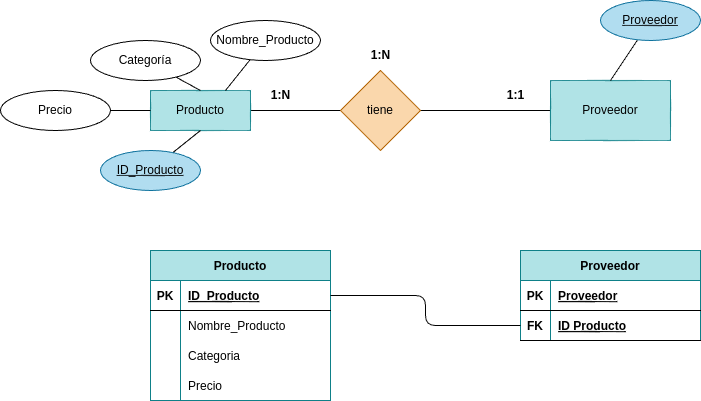
This is tareas/tarea-6-Normalizacion/images/ejercicio1.drawio.png from betancorge/base-datos-2, a draw.io export, as it was before one commit. Source tidied: cells renumbered, new cells last; positions are measured from the earlier drawing's top-left corner, leaving out a move shared by most shapes. Source of this version:
```xml
<mxGraphModel background="#ffffff">
  <root>
    <mxCell id="0" />
    <mxCell id="1" parent="0" />
    <mxCell id="2" style="edgeStyle=none;html=1;strokeColor=#000000;endArrow=none;endFill=0;" parent="1" edge="1" source="3" target="5">
      <mxGeometry relative="1" as="geometry" />
    </mxCell>
    <mxCell id="3" value="&lt;font color=&quot;#000000&quot;&gt;Producto&lt;/font&gt;" style="whiteSpace=wrap;html=1;align=center;fillColor=#b0e3e6;strokeColor=#0e8088;" parent="1" vertex="1">
      <mxGeometry x="150" y="90" width="100" height="40" as="geometry" />
    </mxCell>
    <mxCell id="4" style="edgeStyle=none;html=1;strokeColor=#000000;endArrow=none;endFill=0;" parent="1" edge="1" source="5" target="6">
      <mxGeometry relative="1" as="geometry" />
    </mxCell>
    <mxCell id="5" value="&lt;font color=&quot;#000000&quot;&gt;tiene&lt;/font&gt;" style="rhombus;whiteSpace=wrap;html=1;fillColor=#fad7ac;strokeColor=#b46504;" parent="1" vertex="1">
      <mxGeometry x="340" y="70" width="80" height="80" as="geometry" />
    </mxCell>
    <mxCell id="6" value="&lt;font color=&quot;#000000&quot;&gt;Proveedor&lt;/font&gt;" style="whiteSpace=wrap;html=1;fillColor=#b0e3e6;strokeColor=#0e8088;" parent="1" vertex="1">
      <mxGeometry x="550" y="80" width="120" height="60" as="geometry" />
    </mxCell>
    <mxCell id="7" value="&lt;b&gt;1:1&lt;/b&gt;" style="text;html=1;align=center;verticalAlign=middle;strokeColor=none;fillColor=none;fontColor=#000000;" parent="1" vertex="1">
      <mxGeometry x="495" y="80" width="40" height="30" as="geometry" />
    </mxCell>
    <mxCell id="8" value="&lt;b&gt;1:N&lt;/b&gt;" style="text;html=1;align=center;verticalAlign=middle;strokeColor=none;fillColor=none;fontColor=#000000;" parent="1" vertex="1">
      <mxGeometry x="260" y="80" width="40" height="30" as="geometry" />
    </mxCell>
    <mxCell id="9" value="&lt;b&gt;1:N&lt;/b&gt;" style="text;html=1;align=center;verticalAlign=middle;strokeColor=none;fillColor=none;fontColor=#000000;" parent="1" vertex="1">
      <mxGeometry x="360" y="40" width="40" height="30" as="geometry" />
    </mxCell>
    <mxCell id="10" value="Producto" style="shape=table;startSize=30;rowLines=0;fontStyle=1;align=center;labelBackgroundColor=none;strokeColor=#0e8088;fillColor=#b0e3e6;fontColor=#000000;" parent="1" vertex="1">
      <mxGeometry x="150" y="250" width="180" height="150" as="geometry" />
    </mxCell>
    <mxCell id="11" style="shape=tableRow;horizontal=0;startSize=0;swimlaneHead=0;swimlaneBody=0;fillColor=none;points=[[0,0.5],[1,0.5]];portConstraint=eastwest;top=0;left=0;right=0;bottom=1;labelBackgroundColor=none;fontColor=#000000;" parent="10" vertex="1">
      <mxGeometry y="30" width="180" height="30" as="geometry" />
    </mxCell>
    <mxCell id="12" value="PK" style="shape=partialRectangle;fillColor=none;top=0;left=0;bottom=0;right=0;fontStyle=1;overflow=hidden;labelBackgroundColor=none;fontColor=#000000;" parent="11" vertex="1">
      <mxGeometry width="30" height="30" as="geometry" />
    </mxCell>
    <mxCell id="13" value="ID_Producto" style="shape=partialRectangle;fillColor=none;top=0;left=0;bottom=0;right=0;align=left;spacingLeft=6;fontStyle=5;overflow=hidden;labelBackgroundColor=none;fontColor=#000000;" parent="11" vertex="1">
      <mxGeometry x="30" width="150" height="30" as="geometry" />
    </mxCell>
    <mxCell id="14" style="shape=tableRow;horizontal=0;startSize=0;swimlaneHead=0;swimlaneBody=0;fillColor=none;top=0;left=0;right=0;bottom=0;labelBackgroundColor=none;fontColor=#000000;" parent="10" vertex="1">
      <mxGeometry y="60" width="180" height="30" as="geometry" />
    </mxCell>
    <mxCell id="15" style="shape=partialRectangle;fillColor=none;top=0;left=0;bottom=0;right=0;overflow=hidden;labelBackgroundColor=none;fontColor=#000000;" parent="14" vertex="1">
      <mxGeometry width="30" height="30" as="geometry" />
    </mxCell>
    <mxCell id="16" value="Nombre_Producto" style="shape=partialRectangle;fillColor=none;top=0;left=0;bottom=0;right=0;align=left;spacingLeft=6;overflow=hidden;labelBackgroundColor=none;fontColor=#000000;" parent="14" vertex="1">
      <mxGeometry x="30" width="150" height="30" as="geometry" />
    </mxCell>
    <mxCell id="17" style="shape=tableRow;horizontal=0;startSize=0;swimlaneHead=0;swimlaneBody=0;fillColor=none;top=0;left=0;right=0;bottom=0;labelBackgroundColor=none;fontColor=#000000;" parent="10" vertex="1">
      <mxGeometry y="90" width="180" height="30" as="geometry" />
    </mxCell>
    <mxCell id="18" style="shape=partialRectangle;fillColor=none;top=0;left=0;bottom=0;right=0;overflow=hidden;labelBackgroundColor=none;fontColor=#000000;" parent="17" vertex="1">
      <mxGeometry width="30" height="30" as="geometry" />
    </mxCell>
    <mxCell id="19" value="Categoria" style="shape=partialRectangle;fillColor=none;top=0;left=0;bottom=0;right=0;align=left;spacingLeft=6;overflow=hidden;labelBackgroundColor=none;fontColor=#000000;" parent="17" vertex="1">
      <mxGeometry x="30" width="150" height="30" as="geometry" />
    </mxCell>
    <mxCell id="20" style="shape=tableRow;horizontal=0;startSize=0;swimlaneHead=0;swimlaneBody=0;fillColor=none;top=0;left=0;right=0;bottom=0;labelBackgroundColor=none;fontColor=#000000;" parent="10" vertex="1">
      <mxGeometry y="120" width="180" height="30" as="geometry" />
    </mxCell>
    <mxCell id="21" style="shape=partialRectangle;fillColor=none;top=0;left=0;bottom=0;right=0;overflow=hidden;labelBackgroundColor=none;fontColor=#000000;" parent="20" vertex="1">
      <mxGeometry width="30" height="30" as="geometry" />
    </mxCell>
    <mxCell id="22" value="Precio" style="shape=partialRectangle;fillColor=none;top=0;left=0;bottom=0;right=0;align=left;spacingLeft=6;overflow=hidden;labelBackgroundColor=none;fontColor=#000000;" parent="20" vertex="1">
      <mxGeometry x="30" width="150" height="30" as="geometry" />
    </mxCell>
    <mxCell id="23" value="Proveedor" style="shape=table;startSize=30;rowLines=0;fontStyle=1;align=center;labelBackgroundColor=none;strokeColor=#0e8088;fillColor=#b0e3e6;fontColor=#000000;" parent="1" vertex="1">
      <mxGeometry x="520" y="250" width="180" height="90" as="geometry" />
    </mxCell>
    <mxCell id="24" style="shape=tableRow;horizontal=0;startSize=0;swimlaneHead=0;swimlaneBody=0;fillColor=none;points=[[0,0.5],[1,0.5]];portConstraint=eastwest;top=0;left=0;right=0;bottom=1;labelBackgroundColor=none;fontColor=#000000;" parent="23" vertex="1">
      <mxGeometry y="30" width="180" height="30" as="geometry" />
    </mxCell>
    <mxCell id="25" value="PK" style="shape=partialRectangle;fillColor=none;top=0;left=0;bottom=0;right=0;fontStyle=1;overflow=hidden;labelBackgroundColor=none;fontColor=#000000;" parent="24" vertex="1">
      <mxGeometry width="30" height="30" as="geometry" />
    </mxCell>
    <mxCell id="26" value="Proveedor" style="shape=partialRectangle;fillColor=none;top=0;left=0;bottom=0;right=0;align=left;spacingLeft=6;fontStyle=5;overflow=hidden;labelBackgroundColor=none;fontColor=#000000;" parent="24" vertex="1">
      <mxGeometry x="30" width="150" height="30" as="geometry" />
    </mxCell>
    <mxCell id="27" style="shape=tableRow;horizontal=0;startSize=0;swimlaneHead=0;swimlaneBody=0;fillColor=none;points=[[0,0.5],[1,0.5]];portConstraint=eastwest;top=0;left=0;right=0;bottom=1;labelBackgroundColor=none;fontColor=#000000;" parent="23" vertex="1">
      <mxGeometry y="60" width="180" height="30" as="geometry" />
    </mxCell>
    <mxCell id="28" value="FK" style="shape=partialRectangle;fillColor=none;top=0;left=0;bottom=0;right=0;fontStyle=1;overflow=hidden;labelBackgroundColor=none;fontColor=#000000;" parent="27" vertex="1">
      <mxGeometry width="30" height="30" as="geometry" />
    </mxCell>
    <mxCell id="29" value="ID Producto" style="shape=partialRectangle;fillColor=none;top=0;left=0;bottom=0;right=0;align=left;spacingLeft=6;fontStyle=5;overflow=hidden;labelBackgroundColor=none;fontColor=#000000;" parent="27" vertex="1">
      <mxGeometry x="30" width="150" height="30" as="geometry" />
    </mxCell>
    <mxCell id="30" style="edgeStyle=orthogonalEdgeStyle;html=1;exitX=1;exitY=0.5;exitDx=0;exitDy=0;entryX=0;entryY=0.5;entryDx=0;entryDy=0;strokeColor=#000000;fontColor=#000000;endArrow=none;endFill=0;" parent="1" edge="1" source="11" target="27">
      <mxGeometry relative="1" as="geometry" />
    </mxCell>
    <mxCell id="31" style="edgeStyle=none;html=1;entryX=0.75;entryY=0;entryDx=0;entryDy=0;fontColor=#000000;strokeColor=#000000;endArrow=none;endFill=0;" parent="1" edge="1" source="32" target="3">
      <mxGeometry relative="1" as="geometry" />
    </mxCell>
    <mxCell id="32" value="&lt;font color=&quot;#000000&quot;&gt;Nombre_Producto&lt;/font&gt;" style="ellipse;whiteSpace=wrap;html=1;align=center;fillColor=none;strokeColor=#000000;" parent="1" vertex="1">
      <mxGeometry x="210" y="20" width="110" height="40" as="geometry" />
    </mxCell>
    <mxCell id="33" style="edgeStyle=none;html=1;entryX=0.5;entryY=0;entryDx=0;entryDy=0;fontColor=#000000;strokeColor=#000000;endArrow=none;endFill=0;" parent="1" edge="1" source="34" target="3">
      <mxGeometry relative="1" as="geometry" />
    </mxCell>
    <mxCell id="34" value="&lt;font color=&quot;#000000&quot;&gt;Categoría&lt;/font&gt;" style="ellipse;whiteSpace=wrap;html=1;align=center;fillColor=none;strokeColor=#000000;" parent="1" vertex="1">
      <mxGeometry x="90" y="40" width="110" height="40" as="geometry" />
    </mxCell>
    <mxCell id="35" style="edgeStyle=none;html=1;entryX=0;entryY=0.5;entryDx=0;entryDy=0;fontColor=#000000;strokeColor=#000000;endArrow=none;endFill=0;" parent="1" edge="1" source="36" target="3">
      <mxGeometry relative="1" as="geometry" />
    </mxCell>
    <mxCell id="36" value="&lt;font color=&quot;#000000&quot;&gt;Precio&lt;/font&gt;" style="ellipse;whiteSpace=wrap;html=1;align=center;fillColor=none;strokeColor=#000000;" parent="1" vertex="1">
      <mxGeometry y="90" width="110" height="40" as="geometry" />
    </mxCell>
    <mxCell id="37" style="edgeStyle=none;html=1;entryX=0.5;entryY=0;entryDx=0;entryDy=0;strokeColor=#000000;fontColor=#000000;endArrow=none;endFill=0;" parent="1" edge="1" source="38" target="6">
      <mxGeometry relative="1" as="geometry" />
    </mxCell>
    <mxCell id="38" value="&lt;font&gt;Proveedor&lt;/font&gt;" style="ellipse;whiteSpace=wrap;html=1;align=center;fontStyle=4;strokeColor=#10739e;fillColor=#b1ddf0;fontColor=#000000;" parent="1" vertex="1">
      <mxGeometry x="600" width="100" height="40" as="geometry" />
    </mxCell>
    <mxCell id="39" style="edgeStyle=none;html=1;entryX=0.5;entryY=1;entryDx=0;entryDy=0;strokeColor=#000000;fontColor=#000000;endArrow=none;endFill=0;" parent="1" edge="1" source="40" target="3">
      <mxGeometry relative="1" as="geometry" />
    </mxCell>
    <mxCell id="40" value="&lt;font&gt;ID_Producto&lt;/font&gt;" style="ellipse;whiteSpace=wrap;html=1;align=center;fontStyle=4;strokeColor=#10739e;fillColor=#b1ddf0;fontColor=#000000;" parent="1" vertex="1">
      <mxGeometry x="100" y="150" width="100" height="40" as="geometry" />
    </mxCell>
  </root>
</mxGraphModel>
```
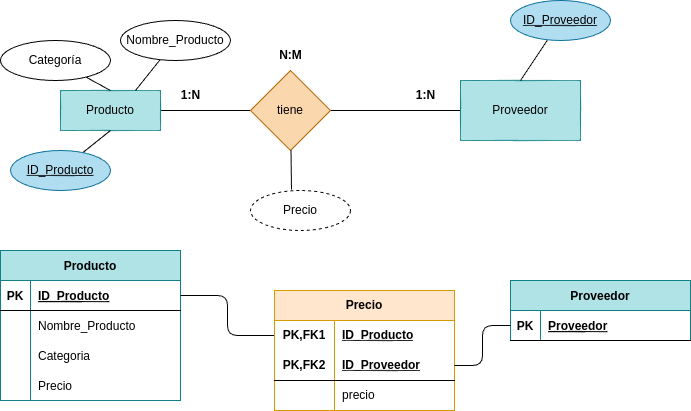
The same file after the commit.

Change to the diagram source:
```diff
@@ -17,17 +17,17 @@
     <mxCell id="6" value="&lt;font color=&quot;#000000&quot;&gt;Proveedor&lt;/font&gt;" style="whiteSpace=wrap;html=1;fillColor=#b0e3e6;strokeColor=#0e8088;" parent="1" vertex="1">
       <mxGeometry x="550" y="80" width="120" height="60" as="geometry" />
     </mxCell>
-    <mxCell id="7" value="&lt;b&gt;1:1&lt;/b&gt;" style="text;html=1;align=center;verticalAlign=middle;strokeColor=none;fillColor=none;fontColor=#000000;" parent="1" vertex="1">
+    <mxCell id="7" value="&lt;b&gt;1:N&lt;/b&gt;" style="text;html=1;align=center;verticalAlign=middle;strokeColor=none;fillColor=none;fontColor=#000000;" parent="1" vertex="1">
       <mxGeometry x="495" y="80" width="40" height="30" as="geometry" />
     </mxCell>
     <mxCell id="8" value="&lt;b&gt;1:N&lt;/b&gt;" style="text;html=1;align=center;verticalAlign=middle;strokeColor=none;fillColor=none;fontColor=#000000;" parent="1" vertex="1">
       <mxGeometry x="260" y="80" width="40" height="30" as="geometry" />
     </mxCell>
-    <mxCell id="9" value="&lt;b&gt;1:N&lt;/b&gt;" style="text;html=1;align=center;verticalAlign=middle;strokeColor=none;fillColor=none;fontColor=#000000;" parent="1" vertex="1">
-      <mxGeometry x="360" y="40" width="40" height="30" as="geometry" />
+    <mxCell id="9" value="&lt;b&gt;N:M&lt;/b&gt;" style="text;html=1;align=center;verticalAlign=middle;strokeColor=none;fillColor=none;fontColor=#000000;" parent="1" vertex="1">
+      <mxGeometry x="355" y="40" width="50" height="30" as="geometry" />
     </mxCell>
     <mxCell id="10" value="Producto" style="shape=table;startSize=30;rowLines=0;fontStyle=1;align=center;labelBackgroundColor=none;strokeColor=#0e8088;fillColor=#b0e3e6;fontColor=#000000;" parent="1" vertex="1">
-      <mxGeometry x="150" y="250" width="180" height="150" as="geometry" />
+      <mxGeometry x="90" y="250" width="180" height="150" as="geometry" />
     </mxCell>
     <mxCell id="11" style="shape=tableRow;horizontal=0;startSize=0;swimlaneHead=0;swimlaneBody=0;fillColor=none;points=[[0,0.5],[1,0.5]];portConstraint=eastwest;top=0;left=0;right=0;bottom=1;labelBackgroundColor=none;fontColor=#000000;" parent="10" vertex="1">
       <mxGeometry y="30" width="180" height="30" as="geometry" />
@@ -66,7 +66,7 @@
       <mxGeometry x="30" width="150" height="30" as="geometry" />
     </mxCell>
     <mxCell id="23" value="Proveedor" style="shape=table;startSize=30;rowLines=0;fontStyle=1;align=center;labelBackgroundColor=none;strokeColor=#0e8088;fillColor=#b0e3e6;fontColor=#000000;" parent="1" vertex="1">
-      <mxGeometry x="520" y="250" width="180" height="90" as="geometry" />
+      <mxGeometry x="600" y="280" width="180" height="60" as="geometry" />
     </mxCell>
     <mxCell id="24" style="shape=tableRow;horizontal=0;startSize=0;swimlaneHead=0;swimlaneBody=0;fillColor=none;points=[[0,0.5],[1,0.5]];portConstraint=eastwest;top=0;left=0;right=0;bottom=1;labelBackgroundColor=none;fontColor=#000000;" parent="23" vertex="1">
       <mxGeometry y="30" width="180" height="30" as="geometry" />
@@ -77,16 +77,7 @@
     <mxCell id="26" value="Proveedor" style="shape=partialRectangle;fillColor=none;top=0;left=0;bottom=0;right=0;align=left;spacingLeft=6;fontStyle=5;overflow=hidden;labelBackgroundColor=none;fontColor=#000000;" parent="24" vertex="1">
       <mxGeometry x="30" width="150" height="30" as="geometry" />
     </mxCell>
-    <mxCell id="27" style="shape=tableRow;horizontal=0;startSize=0;swimlaneHead=0;swimlaneBody=0;fillColor=none;points=[[0,0.5],[1,0.5]];portConstraint=eastwest;top=0;left=0;right=0;bottom=1;labelBackgroundColor=none;fontColor=#000000;" parent="23" vertex="1">
-      <mxGeometry y="60" width="180" height="30" as="geometry" />
-    </mxCell>
-    <mxCell id="28" value="FK" style="shape=partialRectangle;fillColor=none;top=0;left=0;bottom=0;right=0;fontStyle=1;overflow=hidden;labelBackgroundColor=none;fontColor=#000000;" parent="27" vertex="1">
-      <mxGeometry width="30" height="30" as="geometry" />
-    </mxCell>
-    <mxCell id="29" value="ID Producto" style="shape=partialRectangle;fillColor=none;top=0;left=0;bottom=0;right=0;align=left;spacingLeft=6;fontStyle=5;overflow=hidden;labelBackgroundColor=none;fontColor=#000000;" parent="27" vertex="1">
-      <mxGeometry x="30" width="150" height="30" as="geometry" />
-    </mxCell>
-    <mxCell id="30" style="edgeStyle=orthogonalEdgeStyle;html=1;exitX=1;exitY=0.5;exitDx=0;exitDy=0;entryX=0;entryY=0.5;entryDx=0;entryDy=0;strokeColor=#000000;fontColor=#000000;endArrow=none;endFill=0;" parent="1" edge="1" source="11" target="27">
+    <mxCell id="30" style="edgeStyle=orthogonalEdgeStyle;html=1;exitX=1;exitY=0.5;exitDx=0;exitDy=0;entryX=0;entryY=0.5;entryDx=0;entryDy=0;strokeColor=#000000;fontColor=#000000;endArrow=none;endFill=0;" parent="1" edge="1" source="11" target="43">
       <mxGeometry relative="1" as="geometry" />
     </mxCell>
     <mxCell id="31" style="edgeStyle=none;html=1;entryX=0.75;entryY=0;entryDx=0;entryDy=0;fontColor=#000000;strokeColor=#000000;endArrow=none;endFill=0;" parent="1" edge="1" source="32" target="3">
@@ -101,16 +92,13 @@
     <mxCell id="34" value="&lt;font color=&quot;#000000&quot;&gt;Categoría&lt;/font&gt;" style="ellipse;whiteSpace=wrap;html=1;align=center;fillColor=none;strokeColor=#000000;" parent="1" vertex="1">
       <mxGeometry x="90" y="40" width="110" height="40" as="geometry" />
     </mxCell>
-    <mxCell id="35" style="edgeStyle=none;html=1;entryX=0;entryY=0.5;entryDx=0;entryDy=0;fontColor=#000000;strokeColor=#000000;endArrow=none;endFill=0;" parent="1" edge="1" source="36" target="3">
+    <mxCell id="35" style="edgeStyle=none;html=1;fontColor=#000000;strokeColor=#000000;endArrow=none;endFill=0;exitX=0.41;exitY=-0.025;exitDx=0;exitDy=0;exitPerimeter=0;" parent="1" edge="1" source="41" target="5">
       <mxGeometry relative="1" as="geometry" />
     </mxCell>
-    <mxCell id="36" value="&lt;font color=&quot;#000000&quot;&gt;Precio&lt;/font&gt;" style="ellipse;whiteSpace=wrap;html=1;align=center;fillColor=none;strokeColor=#000000;" parent="1" vertex="1">
-      <mxGeometry y="90" width="110" height="40" as="geometry" />
-    </mxCell>
     <mxCell id="37" style="edgeStyle=none;html=1;entryX=0.5;entryY=0;entryDx=0;entryDy=0;strokeColor=#000000;fontColor=#000000;endArrow=none;endFill=0;" parent="1" edge="1" source="38" target="6">
       <mxGeometry relative="1" as="geometry" />
     </mxCell>
-    <mxCell id="38" value="&lt;font&gt;Proveedor&lt;/font&gt;" style="ellipse;whiteSpace=wrap;html=1;align=center;fontStyle=4;strokeColor=#10739e;fillColor=#b1ddf0;fontColor=#000000;" parent="1" vertex="1">
+    <mxCell id="38" value="&lt;font&gt;ID_Proveedor&lt;/font&gt;" style="ellipse;whiteSpace=wrap;html=1;align=center;fontStyle=4;strokeColor=#10739e;fillColor=#b1ddf0;fontColor=#000000;" parent="1" vertex="1">
       <mxGeometry x="600" width="100" height="40" as="geometry" />
     </mxCell>
     <mxCell id="39" style="edgeStyle=none;html=1;entryX=0.5;entryY=1;entryDx=0;entryDy=0;strokeColor=#000000;fontColor=#000000;endArrow=none;endFill=0;" parent="1" edge="1" source="40" target="3">
@@ -119,5 +107,41 @@
     <mxCell id="40" value="&lt;font&gt;ID_Producto&lt;/font&gt;" style="ellipse;whiteSpace=wrap;html=1;align=center;fontStyle=4;strokeColor=#10739e;fillColor=#b1ddf0;fontColor=#000000;" parent="1" vertex="1">
       <mxGeometry x="100" y="150" width="100" height="40" as="geometry" />
     </mxCell>
+    <mxCell id="41" value="Precio" style="ellipse;whiteSpace=wrap;html=1;align=center;dashed=1;" parent="1" vertex="1">
+      <mxGeometry x="340" y="190" width="100" height="40" as="geometry" />
+    </mxCell>
+    <mxCell id="42" value="Precio" style="shape=table;startSize=30;rowLines=0;fontStyle=1;align=center;html=1;whiteSpace=wrap;fillColor=#ffe6cc;strokeColor=#d79b00;" parent="1" vertex="1">
+      <mxGeometry x="364" y="290" width="180" height="120" as="geometry" />
+    </mxCell>
+    <mxCell id="43" style="shape=tableRow;horizontal=0;startSize=0;swimlaneHead=0;swimlaneBody=0;fillColor=none;points=[[0,0.5],[1,0.5]];portConstraint=eastwest;top=0;left=0;right=0;bottom=0;html=1;" parent="42" vertex="1">
+      <mxGeometry y="30" width="180" height="30" as="geometry" />
+    </mxCell>
+    <mxCell id="44" value="PK,FK1" style="shape=partialRectangle;fillColor=none;top=0;left=0;bottom=0;right=0;fontStyle=1;overflow=hidden;html=1;whiteSpace=wrap;" parent="43" vertex="1">
+      <mxGeometry width="60" height="30" as="geometry" />
+    </mxCell>
+    <mxCell id="45" value="ID_Producto" style="shape=partialRectangle;fillColor=none;top=0;left=0;bottom=0;right=0;align=left;spacingLeft=6;fontStyle=5;overflow=hidden;html=1;whiteSpace=wrap;" parent="43" vertex="1">
+      <mxGeometry x="60" width="120" height="30" as="geometry" />
+    </mxCell>
+    <mxCell id="46" style="shape=tableRow;horizontal=0;startSize=0;swimlaneHead=0;swimlaneBody=0;fillColor=none;points=[[0,0.5],[1,0.5]];portConstraint=eastwest;top=0;left=0;right=0;bottom=1;html=1;" parent="42" vertex="1">
+      <mxGeometry y="60" width="180" height="30" as="geometry" />
+    </mxCell>
+    <mxCell id="47" value="PK,FK2" style="shape=partialRectangle;fillColor=none;top=0;left=0;bottom=0;right=0;fontStyle=1;overflow=hidden;html=1;whiteSpace=wrap;" parent="46" vertex="1">
+      <mxGeometry width="60" height="30" as="geometry" />
+    </mxCell>
+    <mxCell id="48" value="ID_Proveedor" style="shape=partialRectangle;fillColor=none;top=0;left=0;bottom=0;right=0;align=left;spacingLeft=6;fontStyle=5;overflow=hidden;html=1;whiteSpace=wrap;" parent="46" vertex="1">
+      <mxGeometry x="60" width="120" height="30" as="geometry" />
+    </mxCell>
+    <mxCell id="49" style="shape=tableRow;horizontal=0;startSize=0;swimlaneHead=0;swimlaneBody=0;fillColor=none;top=0;left=0;right=0;bottom=0;html=1;" parent="42" vertex="1">
+      <mxGeometry y="90" width="180" height="30" as="geometry" />
+    </mxCell>
+    <mxCell id="50" style="shape=partialRectangle;fillColor=none;top=0;left=0;bottom=0;right=0;overflow=hidden;html=1;whiteSpace=wrap;" parent="49" vertex="1">
+      <mxGeometry width="60" height="30" as="geometry" />
+    </mxCell>
+    <mxCell id="51" value="precio" style="shape=partialRectangle;fillColor=none;top=0;left=0;bottom=0;right=0;align=left;spacingLeft=6;overflow=hidden;html=1;whiteSpace=wrap;" parent="49" vertex="1">
+      <mxGeometry x="60" width="120" height="30" as="geometry" />
+    </mxCell>
+    <mxCell id="52" style="edgeStyle=orthogonalEdgeStyle;html=1;entryX=1;entryY=0.5;entryDx=0;entryDy=0;exitX=0;exitY=0.5;exitDx=0;exitDy=0;endArrow=none;endFill=0;" parent="1" edge="1" source="24" target="46">
+      <mxGeometry relative="1" as="geometry" />
+    </mxCell>
   </root>
 </mxGraphModel>
```
